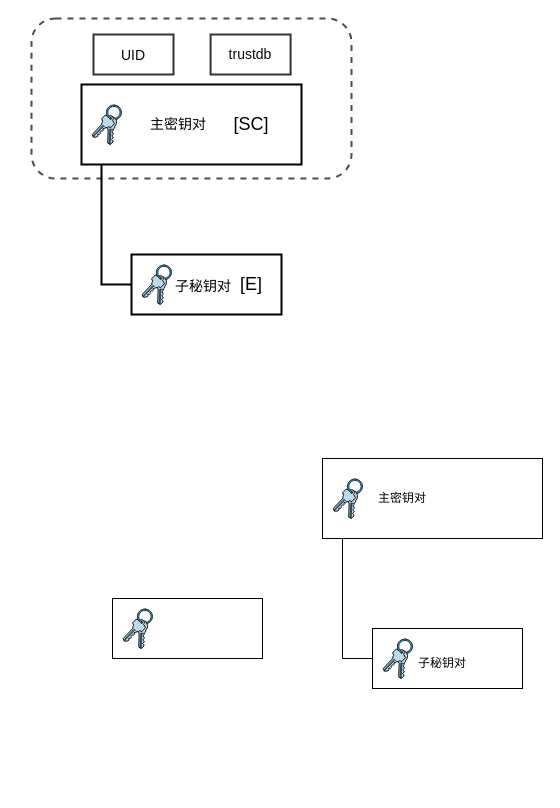
YangQiGitHub/draw.io keeps this draw.io diagram as GnuPG Diagram.drawio. Above is the earlier version. Source tidied: cells renumbered, new cells numbered last; positions are measured from the earlier drawing's top-left corner, leaving out a move shared by most shapes. Both pictures are drawn from the tidied source at 100%, with x=0, y=0 at pixel (31, 18).
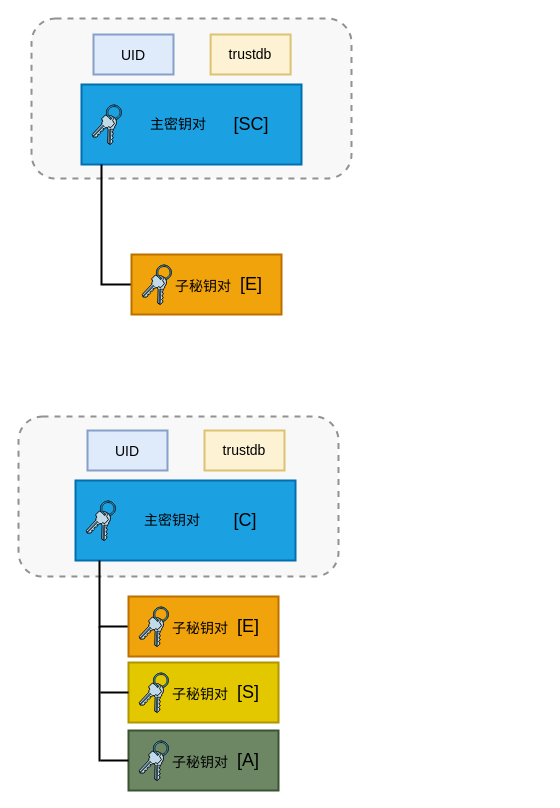
Above is the later version.

The change refers to these unchanged cells:
```xml
<mxCell id="7" style="group;fontColor=#080808;strokeWidth=2;fontSize=14;" parent="1" vertex="1">
  <mxGeometry x="100" y="236" width="154" height="60" as="geometry" />
</mxCell>
```

The edit, as a diff of the source:
```diff
@@
+    <mxCell id="22" style="rounded=1;whiteSpace=wrap;html=1;fontSize=18;fontColor=#333333;fillColor=#f5f5f5;dashed=1;strokeWidth=2;opacity=70;strokeColor=#666666;" parent="1" vertex="1">
+      <mxGeometry width="320" height="160" as="geometry" />
+    </mxCell>
+    <mxCell id="25" style="rounded=1;whiteSpace=wrap;html=1;fontSize=18;fontColor=#333333;fillColor=#f5f5f5;dashed=1;strokeWidth=2;opacity=70;strokeColor=#666666;" parent="1" vertex="1">
+      <mxGeometry x="-13" y="398" width="320" height="160" as="geometry" />
+    </mxCell>
-    <mxCell id="2" style="rounded=0;whiteSpace=wrap;html=1;strokeWidth=2;" parent="1" vertex="1">
+    <mxCell id="2" style="rounded=0;whiteSpace=wrap;html=1;strokeWidth=2;fillColor=#1ba1e2;fontColor=#ffffff;strokeColor=#006EAF;" parent="1" vertex="1">
       <mxGeometry x="50" y="66" width="220" height="80" as="geometry" />
     </mxCell>
@@
-    <mxCell id="5" style="rounded=0;whiteSpace=wrap;html=1;" parent="1" vertex="1">
-      <mxGeometry x="81" y="580" width="150" height="60" as="geometry" />
-    </mxCell>
-    <mxCell id="6" style="shape=mxgraph.cisco.misc.keys;html=1;dashed=0;fillColor=#036897;strokeColor=#ffffff;strokeWidth=2;verticalLabelPosition=bottom;verticalAlign=top;align=center;" parent="1" vertex="1">
-      <mxGeometry x="91" y="590" width="29.9" height="40" as="geometry" />
-    </mxCell>
@@
-    <mxCell id="8" style="rounded=0;whiteSpace=wrap;html=1;strokeWidth=2;" parent="7" vertex="1">
+    <mxCell id="8" style="rounded=0;whiteSpace=wrap;html=1;strokeWidth=2;fillColor=#f0a30a;fontColor=#000000;strokeColor=#BD7000;" parent="7" vertex="1">
       <mxGeometry width="150" height="60" as="geometry" />
     </mxCell>
@@
-    <mxCell id="13" style="rounded=0;whiteSpace=wrap;html=1;" parent="1" vertex="1">
-      <mxGeometry x="291" y="440" width="220" height="80" as="geometry" />
-    </mxCell>
-    <mxCell id="14" style="rounded=0;jettySize=auto;html=1;endArrow=none;endFill=0;exitX=0;exitY=0.5;exitDx=0;exitDy=0;" parent="1" edge="1" source="17">
-      <mxGeometry relative="1" as="geometry">
-        <mxPoint x="311" y="520" as="targetPoint" />
-        <Array as="points">
-          <mxPoint x="311" y="640" />
-        </Array>
-      </mxGeometry>
-    </mxCell>
-    <mxCell id="15" style="shape=mxgraph.cisco.misc.keys;html=1;dashed=0;fillColor=#036897;strokeColor=#ffffff;strokeWidth=2;verticalLabelPosition=bottom;verticalAlign=top;align=center;" parent="1" vertex="1">
-      <mxGeometry x="301" y="460" width="29.9" height="40" as="geometry" />
-    </mxCell>
-    <mxCell id="16" style="group;" parent="1" vertex="1">
-      <mxGeometry x="341" y="610" width="150" height="60" as="geometry" />
-    </mxCell>
-    <mxCell id="17" style="rounded=0;whiteSpace=wrap;html=1;" parent="16" vertex="1">
-      <mxGeometry width="150" height="60" as="geometry" />
-    </mxCell>
-    <mxCell id="18" style="shape=mxgraph.cisco.misc.keys;html=1;dashed=0;fillColor=#036897;strokeColor=#ffffff;strokeWidth=2;verticalLabelPosition=bottom;verticalAlign=top;align=center;" parent="16" vertex="1">
-      <mxGeometry x="10" y="10" width="29.9" height="40" as="geometry" />
-    </mxCell>
-    <mxCell id="19" value="子秘钥对" style="text;html=1;strokeColor=none;fillColor=none;align=center;verticalAlign=middle;whiteSpace=wrap;rounded=0;" parent="16" vertex="1">
-      <mxGeometry x="39.9" y="20" width="60" height="30" as="geometry" />
-    </mxCell>
-    <mxCell id="20" value="主密钥对" style="text;html=1;strokeColor=none;fillColor=none;align=center;verticalAlign=middle;whiteSpace=wrap;rounded=0;" parent="1" vertex="1">
-      <mxGeometry x="341" y="465" width="60" height="30" as="geometry" />
-    </mxCell>
@@
-    <mxCell id="22" style="rounded=1;whiteSpace=wrap;html=1;fontSize=18;fontColor=#080808;fillColor=none;dashed=1;strokeWidth=2;opacity=70;" parent="1" vertex="1">
-      <mxGeometry width="320" height="160" as="geometry" />
-    </mxCell>
-    <mxCell id="23" value="&lt;font style=&quot;font-size: 14px&quot;&gt;UID&lt;/font&gt;" style="rounded=0;whiteSpace=wrap;html=1;fontSize=18;fontColor=#080808;fillColor=none;strokeWidth=2;opacity=80;" parent="1" vertex="1">
+    <mxCell id="23" value="&lt;font style=&quot;font-size: 14px&quot;&gt;UID&lt;/font&gt;" style="rounded=0;whiteSpace=wrap;html=1;fontSize=18;fillColor=#dae8fc;strokeWidth=2;opacity=80;strokeColor=#6c8ebf;" parent="1" vertex="1">
       <mxGeometry x="62" y="16" width="80" height="40" as="geometry" />
     </mxCell>
-    <mxCell id="24" value="trustdb" style="rounded=0;whiteSpace=wrap;html=1;fontSize=14;fontColor=#080808;fillColor=none;strokeWidth=2;opacity=80;" parent="1" vertex="1">
+    <mxCell id="24" value="trustdb" style="rounded=0;whiteSpace=wrap;html=1;fontSize=14;fillColor=#fff2cc;strokeWidth=2;opacity=80;strokeColor=#d6b656;" parent="1" vertex="1">
       <mxGeometry x="179.1" y="16" width="80" height="40" as="geometry" />
     </mxCell>
+    <mxCell id="26" style="rounded=0;whiteSpace=wrap;html=1;strokeWidth=2;fillColor=#1ba1e2;strokeColor=#006EAF;fontColor=#ffffff;" parent="1" vertex="1">
+      <mxGeometry x="44" y="462" width="220" height="80" as="geometry" />
+    </mxCell>
+    <mxCell id="27" style="rounded=0;jettySize=auto;html=1;endArrow=none;endFill=0;exitX=0;exitY=0.5;exitDx=0;exitDy=0;strokeWidth=2;" parent="1" edge="1" source="30">
+      <mxGeometry relative="1" as="geometry">
+        <mxPoint x="68" y="542" as="targetPoint" />
+        <Array as="points">
+          <mxPoint x="68" y="608" />
+        </Array>
+      </mxGeometry>
+    </mxCell>
+    <mxCell id="28" style="shape=mxgraph.cisco.misc.keys;html=1;dashed=0;fillColor=#036897;strokeColor=#ffffff;strokeWidth=2;verticalLabelPosition=bottom;verticalAlign=top;align=center;" parent="1" vertex="1">
+      <mxGeometry x="54" y="482" width="29.9" height="40" as="geometry" />
+    </mxCell>
+    <mxCell id="29" style="group;fontColor=#080808;strokeWidth=2;fontSize=14;" parent="1" vertex="1">
+      <mxGeometry x="97" y="578" width="154" height="60" as="geometry" />
+    </mxCell>
+    <mxCell id="30" style="rounded=0;whiteSpace=wrap;html=1;strokeWidth=2;fillColor=#f0a30a;fontColor=#000000;strokeColor=#BD7000;" parent="29" vertex="1">
+      <mxGeometry width="150" height="60" as="geometry" />
+    </mxCell>
+    <mxCell id="31" style="shape=mxgraph.cisco.misc.keys;html=1;dashed=0;fillColor=#036897;strokeColor=#ffffff;strokeWidth=2;verticalLabelPosition=bottom;verticalAlign=top;align=center;" parent="29" vertex="1">
+      <mxGeometry x="10" y="10" width="29.9" height="40" as="geometry" />
+    </mxCell>
+    <mxCell id="32" value="子秘钥对" style="text;html=1;strokeColor=none;fillColor=none;align=center;verticalAlign=middle;whiteSpace=wrap;rounded=0;strokeWidth=2;fontSize=14;" parent="29" vertex="1">
+      <mxGeometry x="41.9" y="17" width="60" height="30" as="geometry" />
+    </mxCell>
+    <mxCell id="33" value="[E]" style="text;html=1;align=center;verticalAlign=middle;whiteSpace=wrap;rounded=0;fontSize=18;strokeWidth=2;" parent="29" vertex="1">
+      <mxGeometry x="90" y="15" width="60" height="30" as="geometry" />
+    </mxCell>
+    <mxCell id="20" value="主密钥对" style="text;html=1;strokeColor=none;fillColor=none;align=center;verticalAlign=middle;whiteSpace=wrap;rounded=0;strokeWidth=2;fontSize=14;" parent="1" vertex="1">
+      <mxGeometry x="111" y="487" width="60" height="30" as="geometry" />
+    </mxCell>
+    <mxCell id="34" value="[C]" style="text;html=1;align=center;verticalAlign=middle;whiteSpace=wrap;rounded=0;fontSize=18;strokeWidth=2;" parent="1" vertex="1">
+      <mxGeometry x="184" y="487" width="60" height="30" as="geometry" />
+    </mxCell>
+    <mxCell id="35" value="&lt;font style=&quot;font-size: 14px&quot;&gt;UID&lt;/font&gt;" style="rounded=0;whiteSpace=wrap;html=1;fontSize=18;fillColor=#dae8fc;strokeWidth=2;opacity=80;strokeColor=#6c8ebf;" parent="1" vertex="1">
+      <mxGeometry x="56" y="412" width="80" height="40" as="geometry" />
+    </mxCell>
+    <mxCell id="36" value="trustdb" style="rounded=0;whiteSpace=wrap;html=1;fontSize=14;fillColor=#fff2cc;strokeWidth=2;opacity=80;strokeColor=#d6b656;" parent="1" vertex="1">
+      <mxGeometry x="173" y="412" width="80" height="40" as="geometry" />
+    </mxCell>
+    <mxCell id="37" style="group;fontColor=#080808;strokeWidth=2;fontSize=14;" parent="1" vertex="1">
+      <mxGeometry x="97" y="644" width="154" height="60" as="geometry" />
+    </mxCell>
+    <mxCell id="38" style="rounded=0;whiteSpace=wrap;html=1;strokeWidth=2;fillColor=#e3c800;fontColor=#000000;strokeColor=#B09500;" parent="37" vertex="1">
+      <mxGeometry width="150" height="60" as="geometry" />
+    </mxCell>
+    <mxCell id="39" style="shape=mxgraph.cisco.misc.keys;html=1;dashed=0;fillColor=#036897;strokeColor=#ffffff;strokeWidth=2;verticalLabelPosition=bottom;verticalAlign=top;align=center;" parent="37" vertex="1">
+      <mxGeometry x="10" y="10" width="29.9" height="40" as="geometry" />
+    </mxCell>
+    <mxCell id="40" value="子秘钥对" style="text;html=1;strokeColor=none;fillColor=none;align=center;verticalAlign=middle;whiteSpace=wrap;rounded=0;strokeWidth=2;fontSize=14;" parent="37" vertex="1">
+      <mxGeometry x="41.9" y="17" width="60" height="30" as="geometry" />
+    </mxCell>
+    <mxCell id="41" value="[S]" style="text;html=1;align=center;verticalAlign=middle;whiteSpace=wrap;rounded=0;fontSize=18;strokeWidth=2;" parent="37" vertex="1">
+      <mxGeometry x="90" y="15" width="60" height="30" as="geometry" />
+    </mxCell>
+    <mxCell id="42" style="group;fontColor=#080808;strokeWidth=2;fontSize=14;" parent="1" vertex="1">
+      <mxGeometry x="97" y="712" width="154" height="60" as="geometry" />
+    </mxCell>
+    <mxCell id="43" style="rounded=0;whiteSpace=wrap;html=1;strokeWidth=2;fillColor=#6d8764;fontColor=#ffffff;strokeColor=#3A5431;" parent="42" vertex="1">
+      <mxGeometry width="150" height="60" as="geometry" />
+    </mxCell>
+    <mxCell id="44" style="shape=mxgraph.cisco.misc.keys;html=1;dashed=0;fillColor=#036897;strokeColor=#ffffff;strokeWidth=2;verticalLabelPosition=bottom;verticalAlign=top;align=center;" parent="42" vertex="1">
+      <mxGeometry x="10" y="10" width="29.9" height="40" as="geometry" />
+    </mxCell>
+    <mxCell id="45" value="子秘钥对" style="text;html=1;strokeColor=none;fillColor=none;align=center;verticalAlign=middle;whiteSpace=wrap;rounded=0;strokeWidth=2;fontSize=14;" parent="42" vertex="1">
+      <mxGeometry x="41.9" y="17" width="60" height="30" as="geometry" />
+    </mxCell>
+    <mxCell id="46" value="[A]" style="text;html=1;align=center;verticalAlign=middle;whiteSpace=wrap;rounded=0;fontSize=18;strokeWidth=2;" parent="42" vertex="1">
+      <mxGeometry x="90" y="15" width="60" height="30" as="geometry" />
+    </mxCell>
+    <mxCell id="47" style="endArrow=none;html=1;rounded=0;fontSize=14;fontColor=#080808;strokeWidth=2;" parent="1" edge="1">
+      <mxGeometry relative="1" as="geometry">
+        <mxPoint x="68" y="743" as="sourcePoint" />
+        <mxPoint x="68" y="608" as="targetPoint" />
+      </mxGeometry>
+    </mxCell>
+    <mxCell id="48" style="endArrow=none;html=1;rounded=0;fontSize=14;fontColor=#080808;strokeWidth=2;entryX=-0.005;entryY=0.47;entryDx=0;entryDy=0;entryPerimeter=0;" parent="1" edge="1">
+      <mxGeometry relative="1" as="geometry">
+        <mxPoint x="68.8" y="741.9" as="sourcePoint" />
+        <mxPoint x="97" y="742.1" as="targetPoint" />
+      </mxGeometry>
+    </mxCell>
+    <mxCell id="49" style="endArrow=none;html=1;rounded=0;fontSize=14;fontColor=#080808;strokeWidth=2;entryX=-0.005;entryY=0.47;entryDx=0;entryDy=0;entryPerimeter=0;" parent="1" edge="1">
+      <mxGeometry relative="1" as="geometry">
+        <mxPoint x="68.8" y="673.9" as="sourcePoint" />
+        <mxPoint x="97" y="674.1" as="targetPoint" />
+      </mxGeometry>
+    </mxCell>
```
